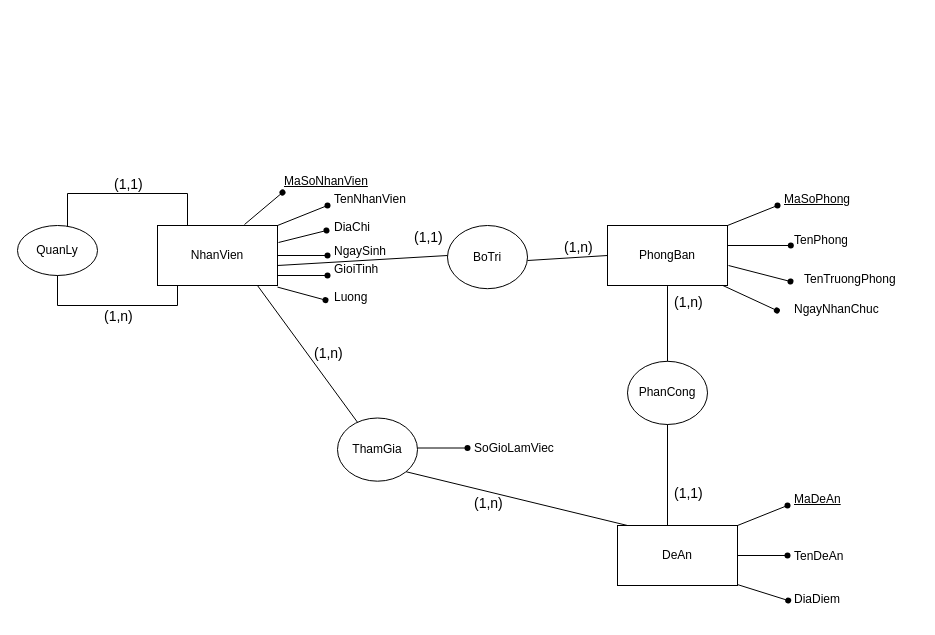
thanhsonnguyen-gif/my-first-website keeps this draw.io diagram as page "QuanLyCongTy" (2 of 7) of Untitled Diagram.drawio. Above is the earlier version. Source tidied: cells renumbered, new cells numbered last; positions are measured from the earlier drawing's top-left corner, leaving out a move shared by most shapes. Both pictures are drawn from the tidied source at 100%, with x=0, y=0 at pixel (17, 165).
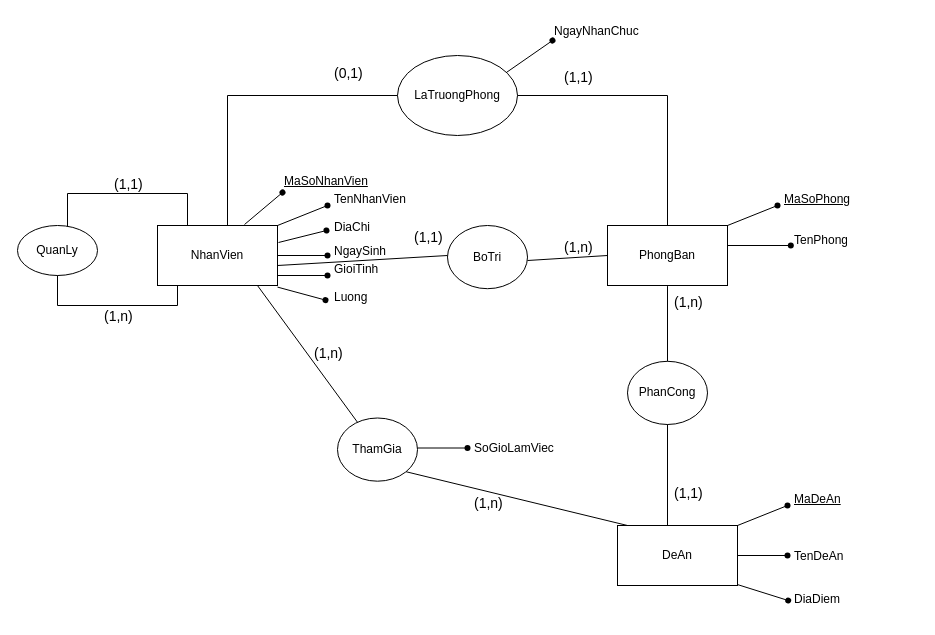
After the change.

The change refers to these unchanged cells:
```xml
<mxCell id="26" style="group;fontStyle=4;" parent="25" vertex="1">
  <mxGeometry y="10" width="300" height="128" as="geometry" />
</mxCell>
<mxCell id="44" style="group;" parent="1" vertex="1">
  <mxGeometry x="610" y="120" width="168.7" height="240" as="geometry" />
</mxCell>
```

Change to the diagram source:
```diff
@@
+    <mxCell id="130" style="shape=partialRectangle;whiteSpace=wrap;html=1;bottom=1;right=1;left=1;top=0;fillColor=none;routingCenterX=-0.5;rotation=-180;" parent="1" vertex="1">
+      <mxGeometry x="210" y="-70" width="440" height="130" as="geometry" />
+    </mxCell>
@@
-    <mxCell id="37" style="shape=table;startSize=0;childLayout=tableLayout;fontSize=11;fillColor=none;strokeColor=none;" parent="26" vertex="1">
-      <mxGeometry x="190" y="70" width="120" height="28" as="geometry" />
-    </mxCell>
-    <mxCell id="38" style="shape=tableRow;horizontal=0;startSize=0;swimlaneHead=0;swimlaneBody=0;strokeColor=inherit;top=0;left=0;bottom=0;right=0;fillColor=none;fontSize=16;" parent="37" vertex="1">
-      <mxGeometry width="120" height="28" as="geometry" />
-    </mxCell>
-    <mxCell id="39" value="TenTruongPhong" style="shape=partialRectangle;html=1;whiteSpace=wrap;strokeColor=inherit;overflow=hidden;fillColor=none;top=0;left=0;bottom=0;right=0;fontSize=12;align=left;spacingLeft=5;" parent="38" vertex="1">
-      <mxGeometry width="120" height="28" as="geometry" />
-    </mxCell>
-    <mxCell id="40" value="NgayNhanChuc" style="shape=partialRectangle;html=1;whiteSpace=wrap;strokeColor=inherit;overflow=hidden;fillColor=none;top=0;left=0;bottom=0;right=0;fontSize=12;align=left;spacingLeft=5;" parent="26" vertex="1">
-      <mxGeometry x="180" y="100" width="120" height="28" as="geometry" />
-    </mxCell>
@@
-    <mxCell id="54" style="group;rotation=30;" parent="44" vertex="1">
-      <mxGeometry x="88.7" y="10" width="80" height="20" as="geometry" />
-    </mxCell>
-    <mxCell id="55" style="endArrow=none;html=1;rounded=0;" parent="54" edge="1" source="56">
-      <mxGeometry relative="1" as="geometry">
-        <mxPoint x="6.7" y="-10" as="targetPoint" />
-      </mxGeometry>
-    </mxCell>
-    <mxCell id="56" style="shape=waypoint;sketch=0;fillStyle=solid;size=6;points=[];fillColor=none;perimeter=centerPerimeter;snapToPoint=1;rotation=30;" parent="54" vertex="1">
-      <mxGeometry x="50.7" y="5" width="20" height="20" as="geometry" />
-    </mxCell>
@@
-    <mxCell id="122" style="group;rotation=15;" parent="1" vertex="1">
-      <mxGeometry x="710" y="100" width="80" height="20" as="geometry" />
-    </mxCell>
-    <mxCell id="123" style="endArrow=none;html=1;rounded=0;" parent="122" edge="1" source="124">
-      <mxGeometry relative="1" as="geometry">
-        <mxPoint x="1" as="targetPoint" />
-      </mxGeometry>
-    </mxCell>
-    <mxCell id="124" style="shape=waypoint;sketch=0;fillStyle=solid;size=6;points=[];fillColor=none;perimeter=centerPerimeter;snapToPoint=1;rotation=15;" parent="122" vertex="1">
-      <mxGeometry x="53" y="6" width="20" height="20" as="geometry" />
-    </mxCell>
@@
+    <mxCell id="40" value="NgayNhanChuc" style="shape=partialRectangle;html=1;whiteSpace=wrap;strokeColor=inherit;overflow=hidden;fillColor=none;top=0;left=0;bottom=0;right=0;fontSize=12;align=left;spacingLeft=5;" parent="1" vertex="1">
+      <mxGeometry x="530" y="-148" width="120" height="28" as="geometry" />
+    </mxCell>
+    <mxCell id="54" style="group;rotation=-30;" parent="1" vertex="1">
+      <mxGeometry x="480" y="-120" width="80" height="20" as="geometry" />
+    </mxCell>
+    <mxCell id="55" style="endArrow=none;html=1;rounded=0;" parent="54" edge="1" source="56">
+      <mxGeometry relative="1" as="geometry">
+        <mxPoint x="6" y="29" as="targetPoint" />
+      </mxGeometry>
+    </mxCell>
+    <mxCell id="56" style="shape=waypoint;sketch=0;fillStyle=solid;size=6;points=[];fillColor=none;perimeter=centerPerimeter;snapToPoint=1;rotation=-30;" parent="54" vertex="1">
+      <mxGeometry x="45" y="-15" width="20" height="20" as="geometry" />
+    </mxCell>
+    <mxCell id="131" value="LaTruongPhong" style="ellipse;whiteSpace=wrap;html=1;" parent="1" vertex="1">
+      <mxGeometry x="380" y="-110" width="120" height="80" as="geometry" />
+    </mxCell>
+    <mxCell id="132" style="shape=table;startSize=0;childLayout=tableLayout;fontSize=11;fillColor=none;strokeColor=none;" parent="1" vertex="1">
+      <mxGeometry x="540" y="-105.4" width="60" height="35.4" as="geometry" />
+    </mxCell>
+    <mxCell id="133" style="shape=tableRow;horizontal=0;startSize=0;swimlaneHead=0;swimlaneBody=0;strokeColor=inherit;top=0;left=0;bottom=0;right=0;fillColor=none;fontSize=16;" parent="132" vertex="1">
+      <mxGeometry width="60" height="35" as="geometry" />
+    </mxCell>
+    <mxCell id="134" value="&lt;span style=&quot;font-size: 14px;&quot;&gt;(1,1)&lt;/span&gt;" style="shape=partialRectangle;html=1;whiteSpace=wrap;strokeColor=inherit;overflow=hidden;fillColor=none;top=0;left=0;bottom=0;right=0;fontSize=12;align=left;spacingLeft=5;" parent="133" vertex="1">
+      <mxGeometry width="60" height="35" as="geometry" />
+    </mxCell>
+    <mxCell id="135" style="shape=table;startSize=0;childLayout=tableLayout;fontSize=11;fillColor=none;strokeColor=none;" parent="1" vertex="1">
+      <mxGeometry x="310" y="-110" width="60" height="35.4" as="geometry" />
+    </mxCell>
+    <mxCell id="136" style="shape=tableRow;horizontal=0;startSize=0;swimlaneHead=0;swimlaneBody=0;strokeColor=inherit;top=0;left=0;bottom=0;right=0;fillColor=none;fontSize=16;" parent="135" vertex="1">
+      <mxGeometry width="60" height="35" as="geometry" />
+    </mxCell>
+    <mxCell id="137" value="&lt;span style=&quot;font-size: 14px;&quot;&gt;(0,1)&lt;/span&gt;" style="shape=partialRectangle;html=1;whiteSpace=wrap;strokeColor=inherit;overflow=hidden;fillColor=none;top=0;left=0;bottom=0;right=0;fontSize=12;align=left;spacingLeft=5;" parent="136" vertex="1">
+      <mxGeometry width="60" height="35" as="geometry" />
+    </mxCell>
```
